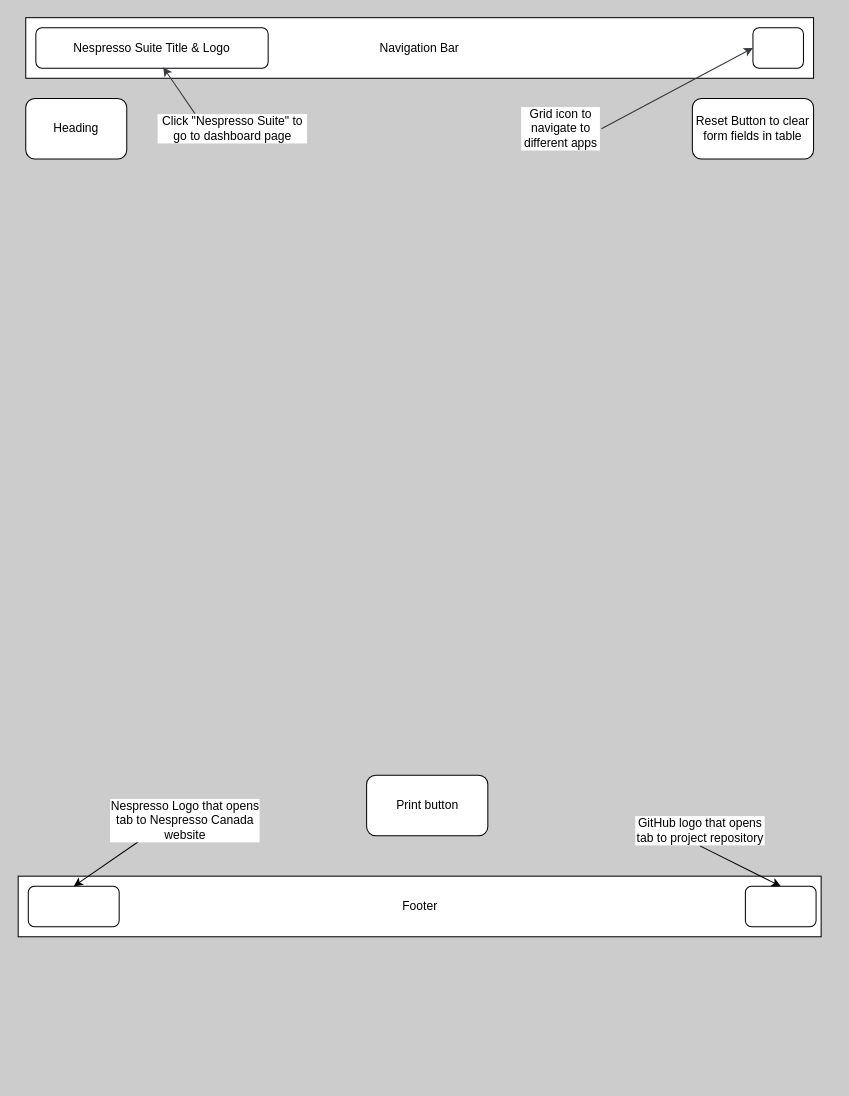
Before: README_Images/Coffee.drawio in kjeshang/nespresso-suite, a draw.io diagram. Source tidied: cells renumbered, new cells numbered last; positions are measured from the earlier drawing's top-left corner, leaving out a move shared by most shapes. Both pictures are drawn from the tidied source at 101%, with x=0, y=0 at pixel (17, 17).
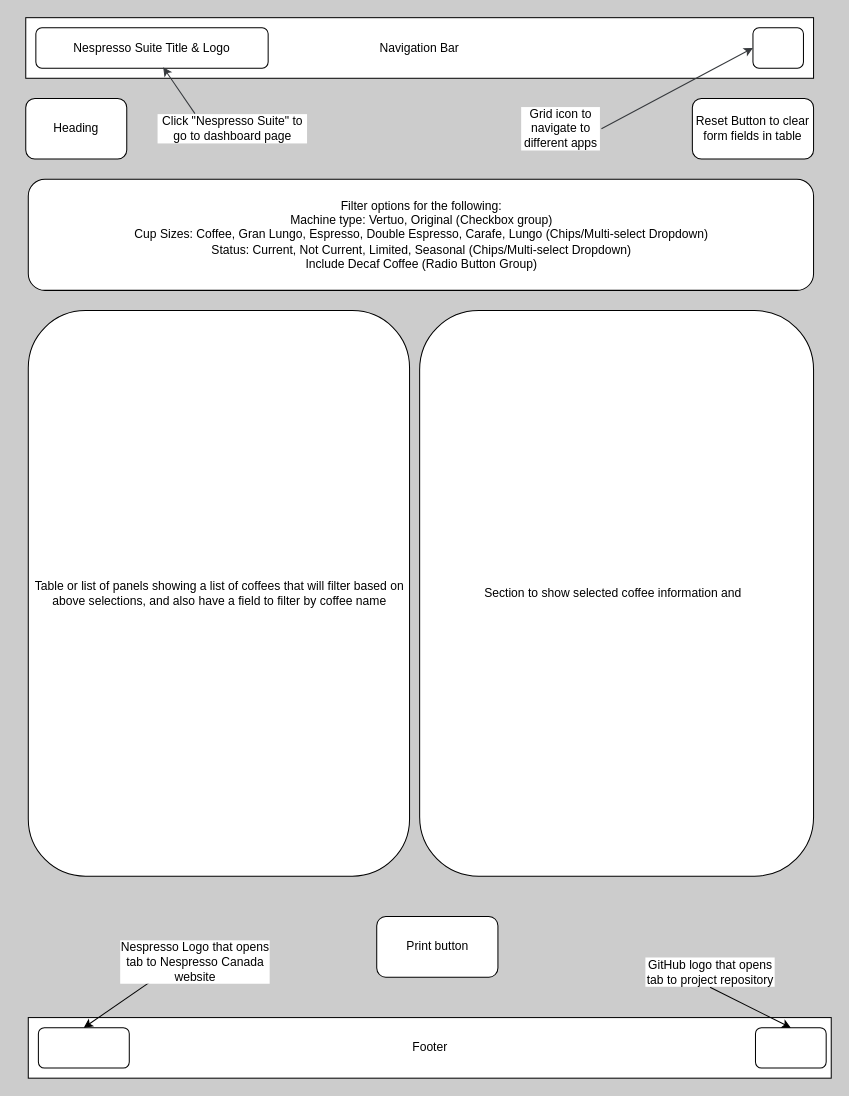
Above is the later version.

Commit message:
Started planning interface.

What changed in the source:
```diff
@@
     <mxCell id="3" value="Footer" style="rounded=0;whiteSpace=wrap;html=1;" parent="1" vertex="1">
-      <mxGeometry x="0.5" y="850" width="795" height="60" as="geometry" />
+      <mxGeometry x="10.5" y="990" width="795" height="60" as="geometry" />
     </mxCell>
@@
     <mxCell id="10" style="rounded=1;whiteSpace=wrap;html=1;" parent="1" vertex="1">
-      <mxGeometry x="10.5" y="860" width="90" height="40" as="geometry" />
+      <mxGeometry x="20.5" y="1000" width="90" height="40" as="geometry" />
     </mxCell>
     <mxCell id="11" style="rounded=1;whiteSpace=wrap;html=1;" parent="1" vertex="1">
-      <mxGeometry x="720.5" y="860" width="70" height="40" as="geometry" />
+      <mxGeometry x="730.5" y="1000" width="70" height="40" as="geometry" />
     </mxCell>
@@
     <mxCell id="13" value="Nespresso Logo that opens tab to Nespresso Canada website" style="text;html=1;align=center;verticalAlign=middle;whiteSpace=wrap;rounded=0;labelBackgroundColor=#FFFFFF;" parent="1" vertex="1">
-      <mxGeometry x="90.5" y="780" width="150" height="30" as="geometry" />
+      <mxGeometry x="100.5" y="920" width="150" height="30" as="geometry" />
     </mxCell>
@@
     <mxCell id="15" value="GitHub logo that opens tab to project repository" style="text;html=1;align=center;verticalAlign=middle;whiteSpace=wrap;rounded=0;labelBackgroundColor=#FFFFFF;" parent="1" vertex="1">
-      <mxGeometry x="610.5" y="790" width="130" height="30" as="geometry" />
+      <mxGeometry x="620.5" y="930" width="130" height="30" as="geometry" />
     </mxCell>
     <mxCell id="16" value="Print button" style="rounded=1;whiteSpace=wrap;html=1;" parent="1" vertex="1">
-      <mxGeometry x="345.5" y="750" width="120" height="60" as="geometry" />
+      <mxGeometry x="355.5" y="890" width="120" height="60" as="geometry" />
     </mxCell>
@@
+    <mxCell id="19" value="Filter options for the following:&lt;div&gt;Machine type: Vertuo, Original (Checkbox group)&lt;/div&gt;&lt;div&gt;Cup Sizes: Coffee, Gran Lungo, Espresso, Double Espresso, Carafe, Lungo (Chips/Multi-select Dropdown)&lt;/div&gt;&lt;div&gt;Status: Current, Not Current, Limited, Seasonal (Chips/Multi-select Dropdown)&lt;/div&gt;&lt;div&gt;Include Decaf Coffee (Radio Button Group)&lt;/div&gt;" style="rounded=1;whiteSpace=wrap;html=1;" parent="1" vertex="1">
+      <mxGeometry x="10.5" y="160" width="777.5" height="110" as="geometry" />
+    </mxCell>
+    <mxCell id="20" value="Table or list of panels showing a list of coffees that will filter based on above selections, and also have a field to filter by coffee name" style="rounded=1;whiteSpace=wrap;html=1;" parent="1" vertex="1">
+      <mxGeometry x="10.5" y="290" width="377.5" height="560" as="geometry" />
+    </mxCell>
+    <mxCell id="21" value="Section to show selected coffee information and&amp;nbsp;&amp;nbsp;" style="rounded=1;whiteSpace=wrap;html=1;" parent="1" vertex="1">
+      <mxGeometry x="398" y="290" width="390" height="560" as="geometry" />
+    </mxCell>
```
